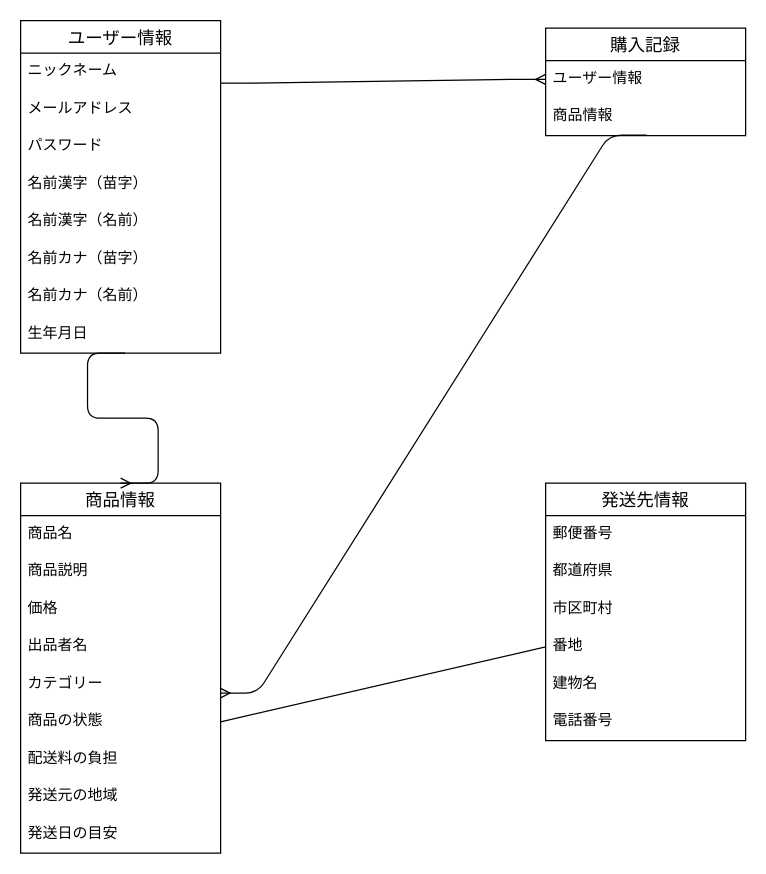
The draw.io diagram table.dio in yura1128/furima-39993, before the edit. Source tidied: cells renumbered, new cells numbered last; positions are measured from the earlier drawing's top-left corner, leaving out a move shared by most shapes. Both pictures are drawn from the tidied source at 125%, with x=0, y=0 at pixel (20, 20).
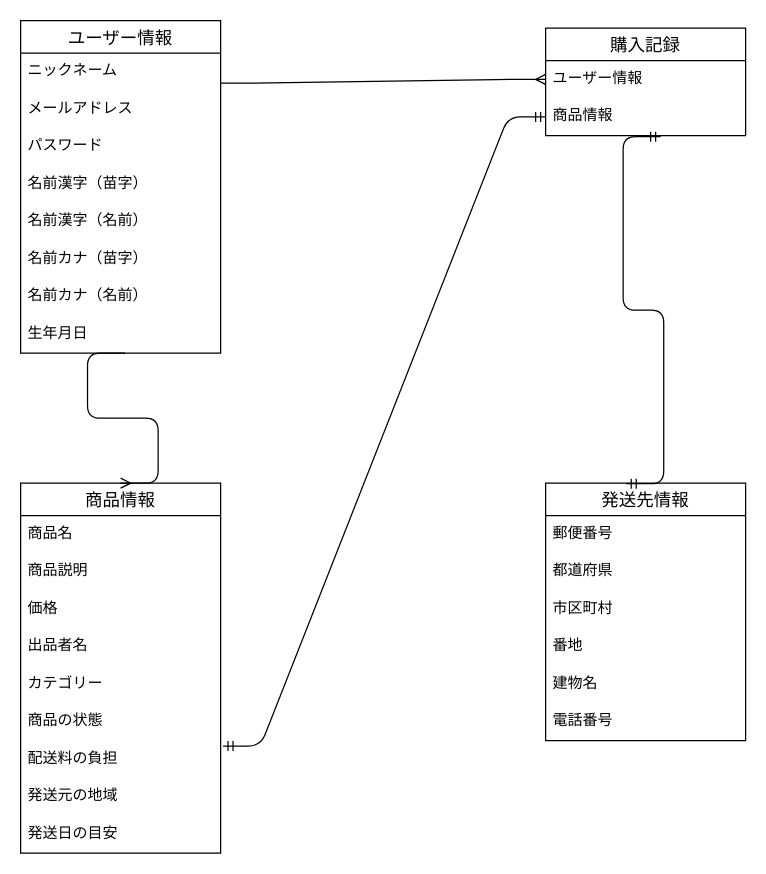
After the change.

Commit message (it also covers changes not shown here):
コメント修正後２

Unchanged cells that the change refers to:
```xml
<mxCell id="13" value="商品情報" style="text;strokeColor=none;fillColor=none;spacingLeft=4;spacingRight=4;overflow=hidden;points=[[0,0.5],[1,0.5]];portConstraint=eastwest;fontSize=12;" parent="11" vertex="1">
  <mxGeometry y="56" width="160" height="30" as="geometry" />
</mxCell>
<mxCell id="19" value="カテゴリー" style="text;strokeColor=none;fillColor=none;spacingLeft=4;spacingRight=4;overflow=hidden;points=[[0,0.5],[1,0.5]];portConstraint=eastwest;fontSize=12;" parent="14" vertex="1">
  <mxGeometry y="146" width="160" height="30" as="geometry" />
</mxCell>
<mxCell id="20" value="商品の状態" style="text;strokeColor=none;fillColor=none;spacingLeft=4;spacingRight=4;overflow=hidden;points=[[0,0.5],[1,0.5]];portConstraint=eastwest;fontSize=12;" parent="14" vertex="1">
  <mxGeometry y="176" width="160" height="30" as="geometry" />
</mxCell>
<mxCell id="21" value="配送料の負担" style="text;strokeColor=none;fillColor=none;spacingLeft=4;spacingRight=4;overflow=hidden;points=[[0,0.5],[1,0.5]];portConstraint=eastwest;fontSize=12;" parent="14" vertex="1">
  <mxGeometry y="206" width="160" height="30" as="geometry" />
</mxCell>
<mxCell id="24" value="発送先情報" style="swimlane;fontStyle=0;horizontal=1;startSize=26;align=center;fontSize=14;" parent="1" vertex="1">
  <mxGeometry x="420" y="370" width="160" height="206" as="geometry" />
</mxCell>
<mxCell id="28" value="番地" style="text;strokeColor=none;fillColor=none;spacingLeft=4;spacingRight=4;overflow=hidden;points=[[0,0.5],[1,0.5]];portConstraint=eastwest;fontSize=12;" parent="24" vertex="1">
  <mxGeometry y="116" width="160" height="30" as="geometry" />
</mxCell>
```

What changed in the source:
```diff
@@
-    <mxCell id="33" style="edgeStyle=entityRelationEdgeStyle;fontSize=12;html=1;endArrow=ERmany;entryX=0.997;entryY=0.733;entryDx=0;entryDy=0;entryPerimeter=0;exitX=0.505;exitY=0.987;exitDx=0;exitDy=0;exitPerimeter=0;" parent="1" edge="1" source="13" target="19">
-      <mxGeometry relative="1" as="geometry" />
-    </mxCell>
-    <mxCell id="34" style="endArrow=none;html=1;rounded=0;exitX=1;exitY=0.5;exitDx=0;exitDy=0;entryX=0;entryY=0.5;entryDx=0;entryDy=0;" parent="1" edge="1" source="20" target="28">
-      <mxGeometry relative="1" as="geometry" />
-    </mxCell>
+    <mxCell id="35" style="edgeStyle=entityRelationEdgeStyle;fontSize=12;html=1;endArrow=ERmandOne;startArrow=ERmandOne;entryX=0.575;entryY=1.029;entryDx=0;entryDy=0;entryPerimeter=0;exitX=0.403;exitY=0.002;exitDx=0;exitDy=0;exitPerimeter=0;" parent="1" edge="1" source="24" target="13">
+      <mxGeometry relative="1" as="geometry" />
+    </mxCell>
+    <mxCell id="36" style="edgeStyle=entityRelationEdgeStyle;fontSize=12;html=1;endArrow=ERmandOne;startArrow=ERmandOne;exitX=1.012;exitY=0.146;exitDx=0;exitDy=0;exitPerimeter=0;entryX=0;entryY=0.5;entryDx=0;entryDy=0;" parent="1" edge="1" source="21" target="13">
+      <mxGeometry relative="1" as="geometry" />
+    </mxCell>
```
